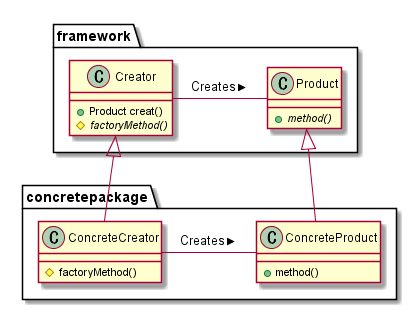
Before: DesignePatternLab/uml/FactoryMethod/FactoryMethodClassDiagram.png, a diagram exported from PlantUML (TarosGitHub/DesignPatternLab).
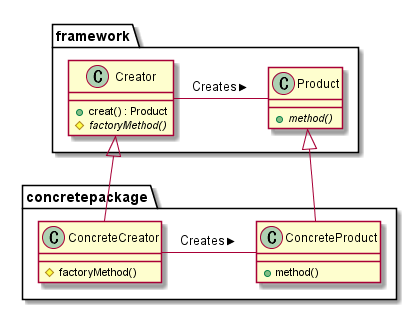
After the change.

Commit message:
クラス図の型の書き方を修正

Diff of the diagram source:
```diff
@@ -7,7 +7,7 @@
 	}
 
 	class Creator {
-		+ Product creat()
+		+ creat() : Product
 		# {abstract} factoryMethod()
 	}
 
```
